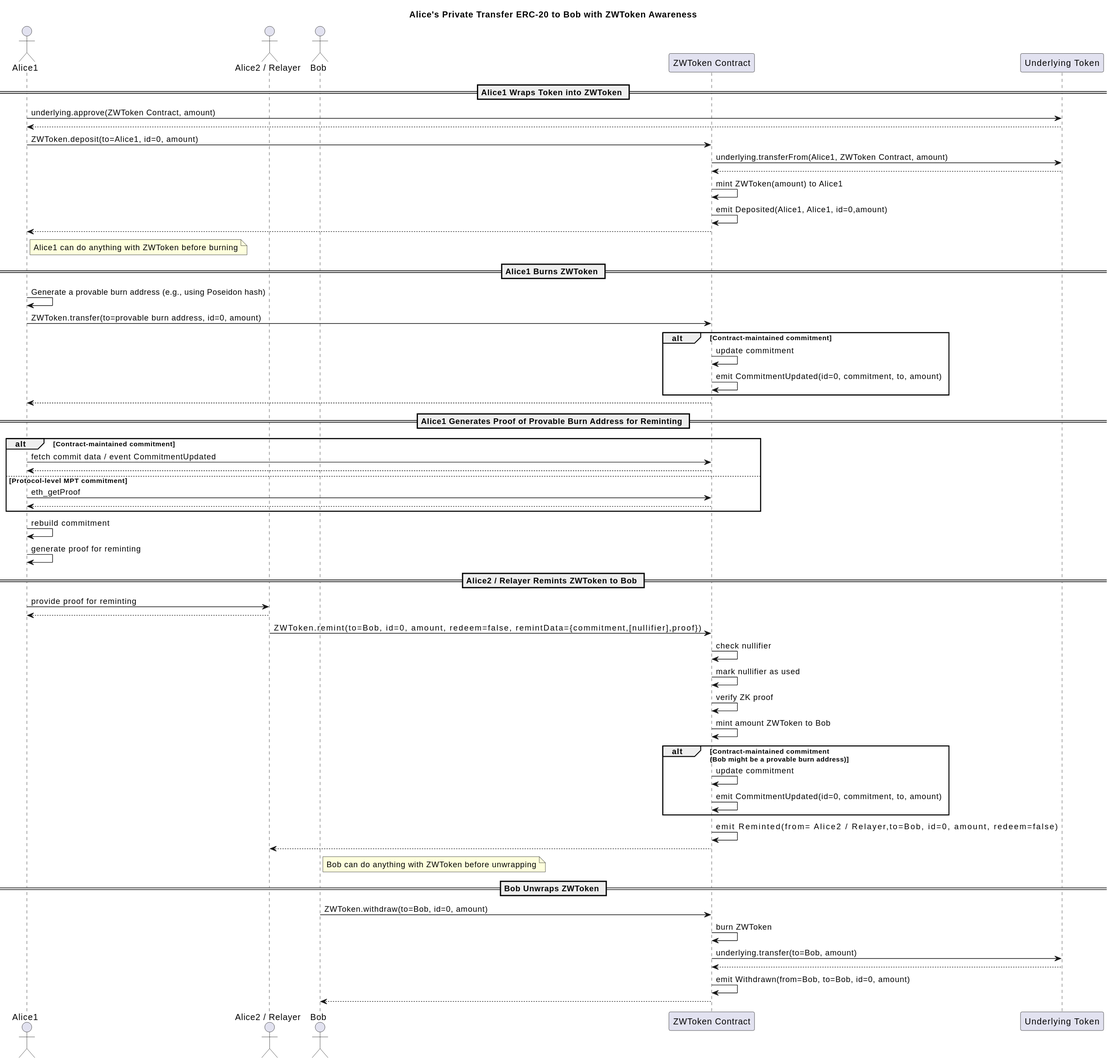
ethereum/ERCs keeps this PlantUML diagram as assets/erc-8065/flow1.svg. Above is the earlier version.
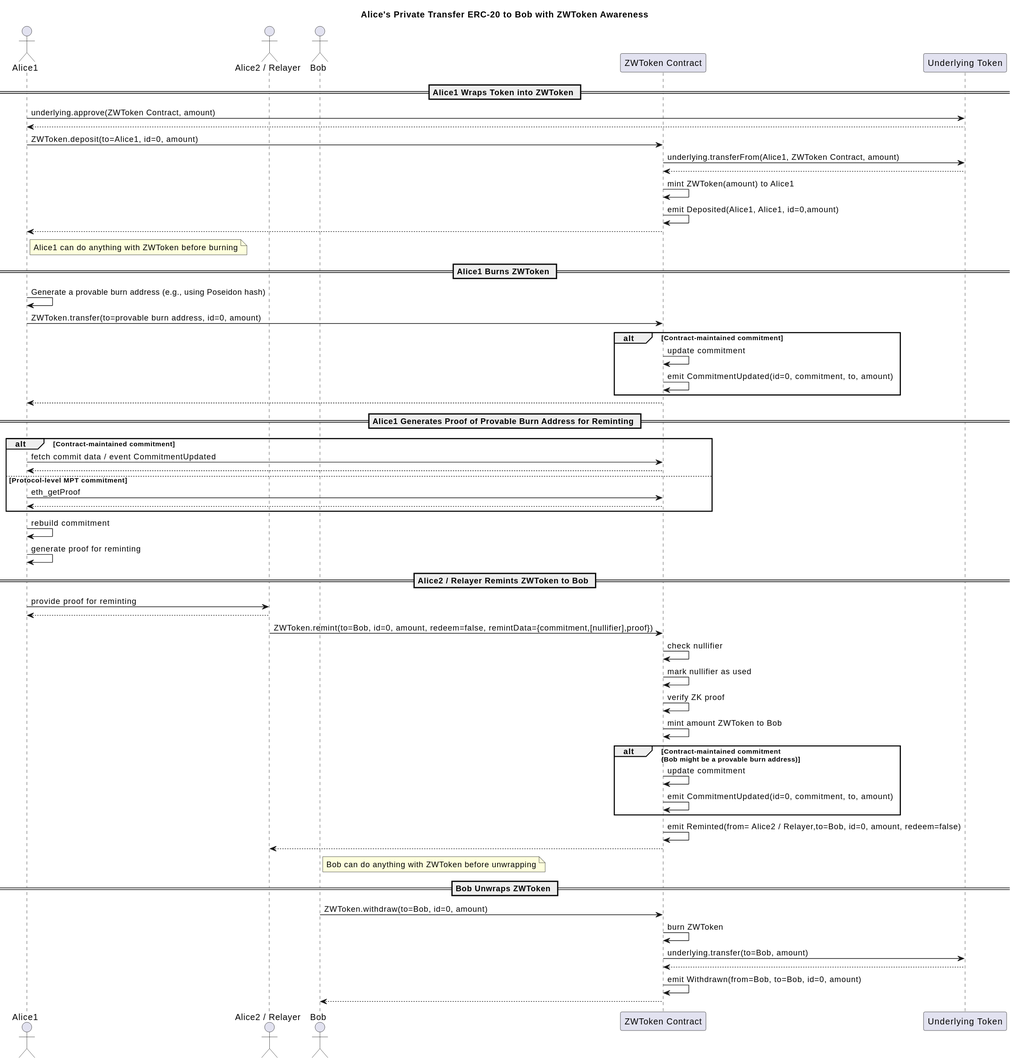
After the change.

Commit message:
Update ERC-8065: fix workflow svg

The edit, as a diff of the source:
```diff
@@ -42,7 +42,7 @@
 == Alice2 / Relayer Remints ZWToken to Bob ==
 Alice1 -> Alice2 : provide proof for reminting
 Alice1 <-- Alice2
-Alice2 -> ZW : ZWToken.remint(to=Bob, id=0, amount, withdrawUnderlying=false, remintData={commitment,[nullifier],proof})
+Alice2 -> ZW : ZWToken.remint(to=Bob, id=0, amount, redeem=false, remintData={commitment,[nullifier],proof})
 ZW -> ZW : check nullifier
 ZW -> ZW : mark nullifier as used
 ZW -> ZW : verify ZK proof
@@ -51,7 +51,7 @@
     ZW -> ZW : update commitment
     ZW -> ZW : emit CommitmentUpdated(id=0, commitment, to, amount)
 end
-ZW -> ZW : emit Reminted(from= Alice2 / Relayer,to=Bob, id=0, amount, withdrawUnderlying=false)
+ZW -> ZW : emit Reminted(from= Alice2 / Relayer,to=Bob, id=0, amount, redeem=false)
 Alice2 <-- ZW
 
 note right of Bob: Bob can do anything with ZWToken before unwrapping
```
